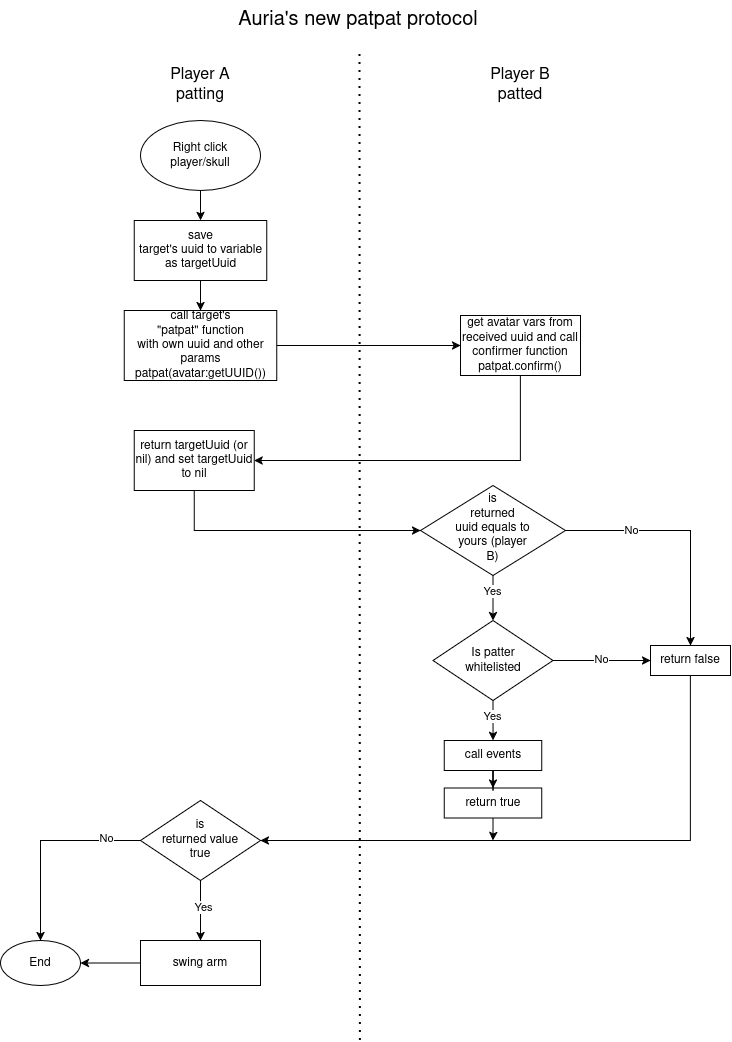
Before: auriapat/flowchart.png, a diagram exported from draw.io (lua-gods/figura-libraries). Source tidied: cells renumbered, new cells last; positions are measured from the earlier drawing's top-left corner, leaving out a move shared by most shapes. Its diagram source:
```xml
<mxGraphModel>
  <root>
    <mxCell id="0" />
    <mxCell id="1" parent="0" />
    <mxCell id="2" style="edgeStyle=orthogonalEdgeStyle;rounded=0;jettySize=auto;html=1;" parent="1" edge="1" source="3" target="12">
      <mxGeometry relative="1" as="geometry" />
    </mxCell>
    <mxCell id="3" value="Right click&lt;br&gt;player/skull" style="ellipse;whiteSpace=wrap;html=1;shapeInside=1;" parent="1" vertex="1">
      <mxGeometry x="140" y="120" width="120" height="70" as="geometry" />
    </mxCell>
    <mxCell id="4" style="edgeStyle=orthogonalEdgeStyle;rounded=0;jettySize=auto;html=1;" parent="1" edge="1" source="5" target="7">
      <mxGeometry relative="1" as="geometry" />
    </mxCell>
    <mxCell id="5" value="&lt;div&gt;call target's&lt;/div&gt;&lt;div&gt;&quot;patpat&quot; function&lt;br&gt;with own uuid and other params&lt;/div&gt;&lt;div&gt;patpat(avatar:getUUID())&lt;/div&gt;" style="whiteSpace=wrap;html=1;" parent="1" vertex="1">
      <mxGeometry x="123.8" y="310" width="152.5" height="70" as="geometry" />
    </mxCell>
    <mxCell id="6" style="edgeStyle=orthogonalEdgeStyle;rounded=0;jettySize=auto;html=1;entryX=1;entryY=0.5;entryDx=0;entryDy=0;" parent="1" edge="1" source="7" target="19">
      <mxGeometry x="0.01" relative="1" as="geometry">
        <Array as="points">
          <mxPoint x="520" y="460" />
        </Array>
      </mxGeometry>
    </mxCell>
    <mxCell id="7" value="&lt;div&gt;get avatar vars from received uuid and call&lt;/div&gt;&lt;div&gt;confirmer function patpat.confirm()&lt;/div&gt;" style="whiteSpace=wrap;html=1;" parent="1" vertex="1">
      <mxGeometry x="460" y="315" width="120" height="60" as="geometry" />
    </mxCell>
    <mxCell id="8" style="endArrow=none;dashed=1;html=1;dashPattern=1 3;strokeWidth=2;rounded=0;" parent="1" edge="1">
      <mxGeometry relative="1" as="geometry">
        <mxPoint x="359.9" y="1040" as="sourcePoint" />
        <mxPoint x="359.5" y="50" as="targetPoint" />
      </mxGeometry>
    </mxCell>
    <mxCell id="9" value="&lt;div&gt;&lt;font style=&quot;font-size: 16px;&quot;&gt;Player A&lt;/font&gt;&lt;/div&gt;&lt;div&gt;&lt;font style=&quot;font-size: 16px;&quot;&gt;patting&lt;/font&gt;&lt;/div&gt;" style="text;html=1;whiteSpace=wrap;strokeColor=none;fillColor=none;align=center;verticalAlign=middle;rounded=0;" parent="1" vertex="1">
      <mxGeometry x="155" y="60" width="90" height="50" as="geometry" />
    </mxCell>
    <mxCell id="10" value="&lt;div&gt;&lt;font style=&quot;font-size: 16px;&quot;&gt;Player B&lt;/font&gt;&lt;/div&gt;&lt;div&gt;&lt;font style=&quot;font-size: 16px;&quot;&gt;patted&lt;/font&gt;&lt;/div&gt;" style="text;html=1;whiteSpace=wrap;strokeColor=none;fillColor=none;align=center;verticalAlign=middle;rounded=0;" parent="1" vertex="1">
      <mxGeometry x="465" y="55" width="110" height="60" as="geometry" />
    </mxCell>
    <mxCell id="11" style="edgeStyle=orthogonalEdgeStyle;rounded=0;jettySize=auto;html=1;" parent="1" edge="1" source="12" target="5">
      <mxGeometry relative="1" as="geometry" />
    </mxCell>
    <mxCell id="12" value="&lt;div&gt;save&lt;/div&gt;&lt;div&gt;target's uuid to variable as targetUuid&lt;/div&gt;" style="whiteSpace=wrap;html=1;" parent="1" vertex="1">
      <mxGeometry x="133.8" y="220" width="132.5" height="60" as="geometry" />
    </mxCell>
    <mxCell id="13" style="edgeStyle=orthogonalEdgeStyle;rounded=0;jettySize=auto;html=1;" parent="1" edge="1" source="17" target="24">
      <mxGeometry relative="1" as="geometry" />
    </mxCell>
    <mxCell id="14" value="&lt;div&gt;Yes&lt;/div&gt;" style="edgeLabel;html=1;align=center;verticalAlign=middle;" parent="13" vertex="1">
      <mxGeometry x="-0.35" y="-1" relative="1" as="geometry" />
    </mxCell>
    <mxCell id="15" style="edgeStyle=orthogonalEdgeStyle;rounded=0;jettySize=auto;html=1;" parent="1" edge="1" source="17" target="26">
      <mxGeometry relative="1" as="geometry" />
    </mxCell>
    <mxCell id="16" value="No" style="edgeLabel;html=1;align=center;verticalAlign=middle;" parent="15" vertex="1">
      <mxGeometry x="0.02" y="2" relative="1" as="geometry">
        <mxPoint x="-58" y="2" as="offset" />
      </mxGeometry>
    </mxCell>
    <mxCell id="17" value="is returned uuid equals to yours (player B)" style="rhombus;whiteSpace=wrap;html=1;shapeInside=1;" parent="1" vertex="1">
      <mxGeometry x="420" y="485" width="145" height="90" as="geometry" />
    </mxCell>
    <mxCell id="18" style="edgeStyle=orthogonalEdgeStyle;rounded=0;jettySize=auto;html=1;entryX=0;entryY=0.5;entryDx=0;entryDy=0;" parent="1" edge="1" source="19" target="17">
      <mxGeometry relative="1" as="geometry">
        <Array as="points">
          <mxPoint x="193.8" y="530" />
        </Array>
      </mxGeometry>
    </mxCell>
    <mxCell id="19" value="return targetUuid (or nil) and set&amp;nbsp;targetUuid to nil" style="whiteSpace=wrap;html=1;" parent="1" vertex="1">
      <mxGeometry x="133.8" y="430" width="120" height="60" as="geometry" />
    </mxCell>
    <mxCell id="20" style="edgeStyle=orthogonalEdgeStyle;rounded=0;jettySize=auto;html=1;" parent="1" edge="1" source="24" target="26">
      <mxGeometry relative="1" as="geometry" />
    </mxCell>
    <mxCell id="21" value="No" style="edgeLabel;html=1;align=center;verticalAlign=middle;" parent="20" vertex="1">
      <mxGeometry x="-0.01" y="1" relative="1" as="geometry" />
    </mxCell>
    <mxCell id="22" style="edgeStyle=orthogonalEdgeStyle;rounded=0;jettySize=auto;html=1;" parent="1" edge="1" source="24" target="38">
      <mxGeometry relative="1" as="geometry" />
    </mxCell>
    <mxCell id="23" value="Yes" style="edgeLabel;html=1;align=center;verticalAlign=middle;" parent="22" vertex="1">
      <mxGeometry x="-0.49" y="1" relative="1" as="geometry">
        <mxPoint x="-2" y="6" as="offset" />
      </mxGeometry>
    </mxCell>
    <mxCell id="24" value="Is patter whitelisted" style="rhombus;whiteSpace=wrap;html=1;shapeInside=1;" parent="1" vertex="1">
      <mxGeometry x="432.5" y="620" width="120" height="80" as="geometry" />
    </mxCell>
    <mxCell id="25" style="edgeStyle=orthogonalEdgeStyle;rounded=0;jettySize=auto;html=1;" parent="1" edge="1" source="26" target="33">
      <mxGeometry relative="1" as="geometry">
        <Array as="points">
          <mxPoint x="690" y="840" />
        </Array>
      </mxGeometry>
    </mxCell>
    <mxCell id="26" value="return false" style="whiteSpace=wrap;html=1;" parent="1" vertex="1">
      <mxGeometry x="650" y="645" width="80" height="30" as="geometry" />
    </mxCell>
    <mxCell id="27" style="edgeStyle=orthogonalEdgeStyle;rounded=0;jettySize=auto;html=1;" parent="1" edge="1" source="28">
      <mxGeometry relative="1" as="geometry">
        <mxPoint x="492.5" y="840" as="targetPoint" />
      </mxGeometry>
    </mxCell>
    <mxCell id="28" value="return true" style="whiteSpace=wrap;html=1;" parent="1" vertex="1">
      <mxGeometry x="443.8" y="787.5" width="97.5" height="30" as="geometry" />
    </mxCell>
    <mxCell id="29" style="edgeStyle=orthogonalEdgeStyle;rounded=0;jettySize=auto;html=1;" parent="1" edge="1" source="33" target="34">
      <mxGeometry x="-0.64" relative="1" as="geometry">
        <Array as="points">
          <mxPoint x="40" y="840" />
        </Array>
      </mxGeometry>
    </mxCell>
    <mxCell id="30" value="No" style="edgeLabel;html=1;align=center;verticalAlign=middle;" parent="29" vertex="1">
      <mxGeometry x="-0.65" y="-2" relative="1" as="geometry" />
    </mxCell>
    <mxCell id="31" style="edgeStyle=orthogonalEdgeStyle;rounded=0;jettySize=auto;html=1;" parent="1" edge="1" source="33" target="36">
      <mxGeometry relative="1" as="geometry" />
    </mxCell>
    <mxCell id="32" value="Yes" style="edgeLabel;html=1;align=center;verticalAlign=middle;" parent="31" vertex="1">
      <mxGeometry x="-0.13" y="2" relative="1" as="geometry" />
    </mxCell>
    <mxCell id="33" value="is returned value true" style="rhombus;whiteSpace=wrap;html=1;shapeInside=1;" parent="1" vertex="1">
      <mxGeometry x="140" y="800" width="120" height="80" as="geometry" />
    </mxCell>
    <mxCell id="34" value="End" style="ellipse;whiteSpace=wrap;html=1;shapeInside=1;" parent="1" vertex="1">
      <mxGeometry y="940" width="80" height="45" as="geometry" />
    </mxCell>
    <mxCell id="35" style="edgeStyle=orthogonalEdgeStyle;rounded=0;jettySize=auto;html=1;" parent="1" edge="1" source="36" target="34">
      <mxGeometry relative="1" as="geometry" />
    </mxCell>
    <mxCell id="36" value="swing arm" style="whiteSpace=wrap;html=1;" parent="1" vertex="1">
      <mxGeometry x="140" y="940" width="120" height="45" as="geometry" />
    </mxCell>
    <mxCell id="37" style="edgeStyle=orthogonalEdgeStyle;rounded=0;jettySize=auto;html=1;" parent="1" edge="1" source="38" target="28">
      <mxGeometry relative="1" as="geometry" />
    </mxCell>
    <mxCell id="38" value="call events" style="whiteSpace=wrap;html=1;" parent="1" vertex="1">
      <mxGeometry x="443.8" y="740" width="97.5" height="30" as="geometry" />
    </mxCell>
    <mxCell id="39" value="&lt;font style=&quot;font-size: 20px;&quot;&gt;Auria's new patpat protocol&lt;/font&gt;" style="text;html=1;whiteSpace=wrap;strokeColor=none;fillColor=none;align=center;verticalAlign=middle;rounded=0;" parent="1" vertex="1">
      <mxGeometry x="230" width="256.2" height="40" as="geometry" />
    </mxCell>
  </root>
</mxGraphModel>
```
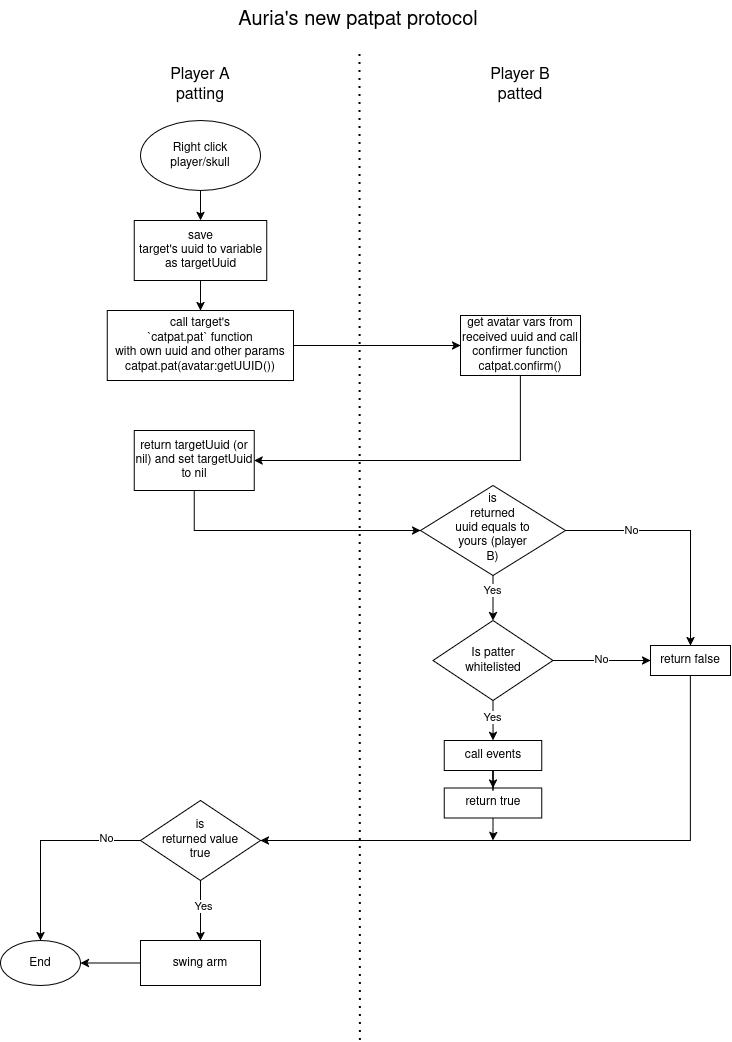
Above is the later version.

Change to the diagram source:
```diff
@@ -11,8 +11,8 @@
     <mxCell id="4" style="edgeStyle=orthogonalEdgeStyle;rounded=0;jettySize=auto;html=1;" parent="1" edge="1" source="5" target="7">
       <mxGeometry relative="1" as="geometry" />
     </mxCell>
-    <mxCell id="5" value="&lt;div&gt;call target's&lt;/div&gt;&lt;div&gt;&quot;patpat&quot; function&lt;br&gt;with own uuid and other params&lt;/div&gt;&lt;div&gt;patpat(avatar:getUUID())&lt;/div&gt;" style="whiteSpace=wrap;html=1;" parent="1" vertex="1">
-      <mxGeometry x="123.8" y="310" width="152.5" height="70" as="geometry" />
+    <mxCell id="5" value="&lt;div&gt;call target's&lt;/div&gt;&lt;div&gt;`catpat.pat` function&lt;br&gt;with own uuid and other params&lt;/div&gt;&lt;div&gt;catpat.pat(avatar:getUUID())&lt;/div&gt;" style="whiteSpace=wrap;html=1;" parent="1" vertex="1">
+      <mxGeometry x="106.9" y="310" width="186.2" height="70" as="geometry" />
     </mxCell>
     <mxCell id="6" style="edgeStyle=orthogonalEdgeStyle;rounded=0;jettySize=auto;html=1;entryX=1;entryY=0.5;entryDx=0;entryDy=0;" parent="1" edge="1" source="7" target="19">
       <mxGeometry x="0.01" relative="1" as="geometry">
@@ -21,7 +21,7 @@
         </Array>
       </mxGeometry>
     </mxCell>
-    <mxCell id="7" value="&lt;div&gt;get avatar vars from received uuid and call&lt;/div&gt;&lt;div&gt;confirmer function patpat.confirm()&lt;/div&gt;" style="whiteSpace=wrap;html=1;" parent="1" vertex="1">
+    <mxCell id="7" value="&lt;div&gt;get avatar vars from received uuid and call&lt;/div&gt;&lt;div&gt;confirmer function catpat.confirm()&lt;/div&gt;" style="whiteSpace=wrap;html=1;" parent="1" vertex="1">
       <mxGeometry x="460" y="315" width="120" height="60" as="geometry" />
     </mxCell>
     <mxCell id="8" style="endArrow=none;dashed=1;html=1;dashPattern=1 3;strokeWidth=2;rounded=0;" parent="1" edge="1">
```
